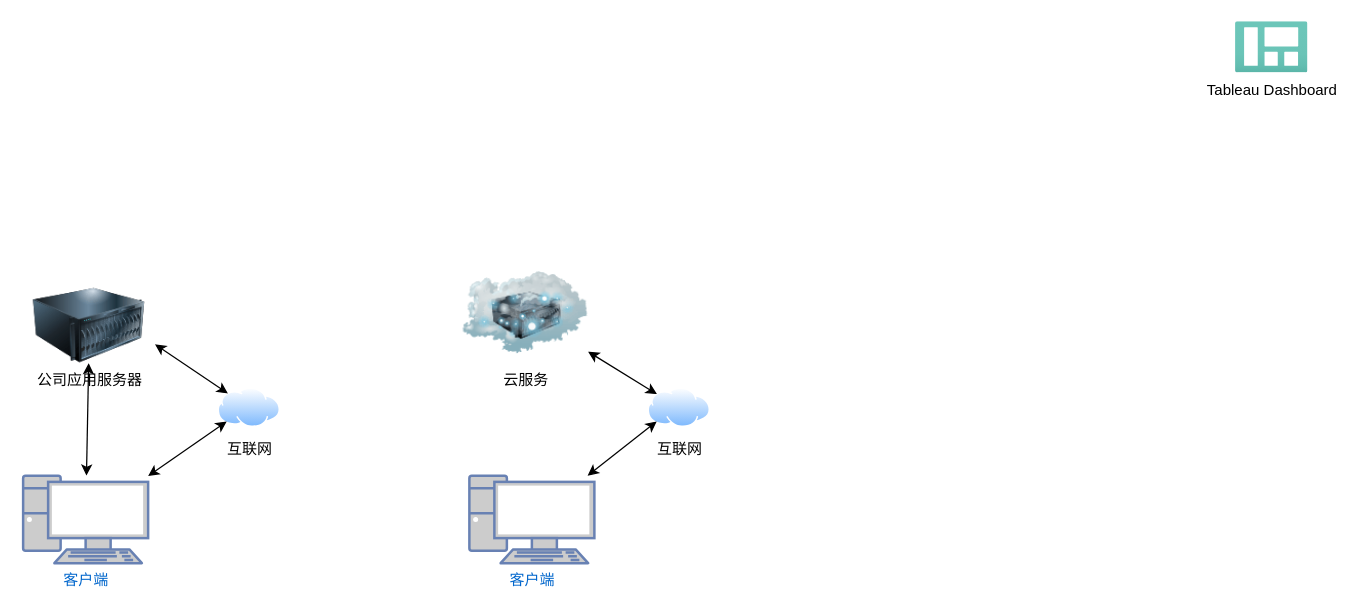
The draw.io diagram aws-training.drawio in lsj188/myPlugin, before the edit. Source tidied: cells renumbered, new cells numbered last; positions are measured from the earlier drawing's top-left corner, leaving out a move shared by most shapes. Both pictures are drawn from the tidied source at 125%, with x=0, y=0 at pixel (22, 21).
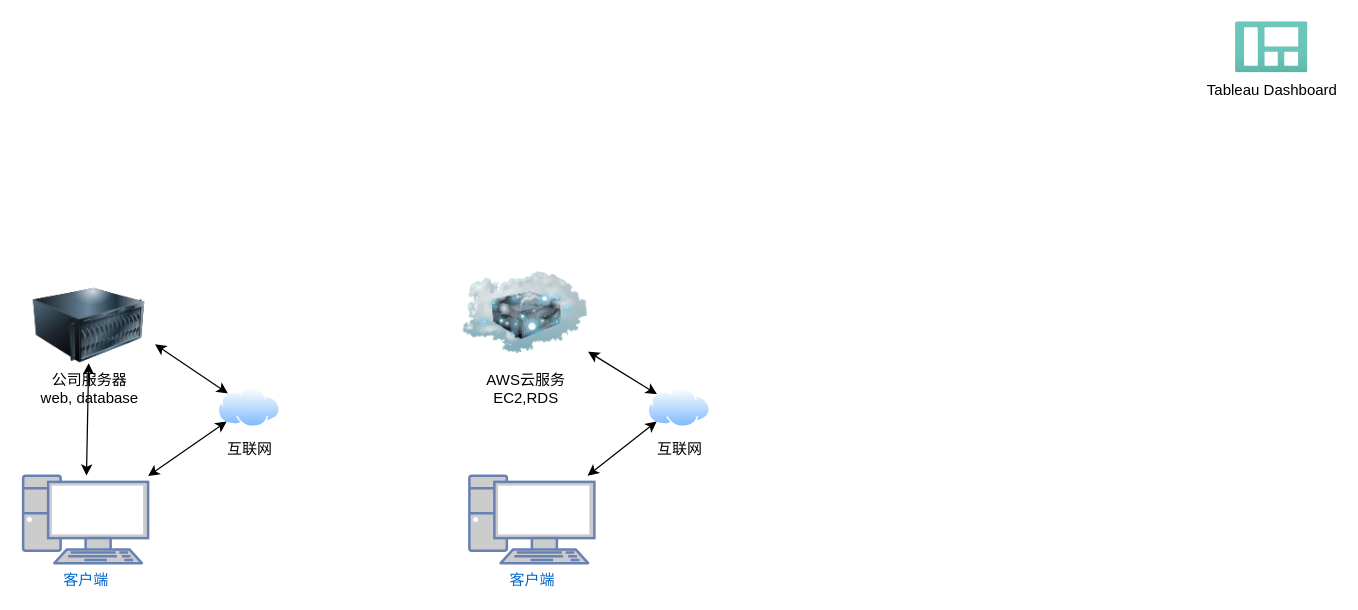
The same diagram, later.

Diff of the diagram source:
```diff
@@
 <mxGraphModel>
   <root>
     <mxCell id="0" />
     <mxCell id="1" parent="0" />
     <mxCell id="2" value="Tableau Dashboard" style="html=1;align=center;image;fontSize=12;image=img/lib/azure2/general/Dashboard.svg;" parent="1" vertex="1">
       <mxGeometry x="970" width="58" height="40.9" as="geometry" />
     </mxCell>
-    <mxCell id="3" value="云服务" style="image;html=1;image=img/lib/clip_art/networking/Cloud_Server_128x128.png;" parent="1" vertex="1">
+    <mxCell id="3" value="AWS云服务&lt;br&gt;EC2,RDS" style="image;html=1;image=img/lib/clip_art/networking/Cloud_Server_128x128.png;" parent="1" vertex="1">
       <mxGeometry x="352" y="193" width="100" height="80" as="geometry" />
     </mxCell>
     <mxCell id="4" value="互联网" style="perimeter=ellipsePerimeter;html=1;align=center;shadow=0;dashed=0;spacingTop=3;image;image=img/lib/active_directory/internet_cloud.svg;" parent="1" vertex="1">
       <mxGeometry x="156" y="293" width="50" height="31.5" as="geometry" />
     </mxCell>
-    <mxCell id="5" value="公司应用服务器" style="image;html=1;image=img/lib/clip_art/computers/Server_128x128.png;" parent="1" vertex="1">
+    <mxCell id="5" value="公司服务器&lt;br&gt;web, database" style="image;html=1;image=img/lib/clip_art/computers/Server_128x128.png;" parent="1" vertex="1">
       <mxGeometry x="0.5" y="213" width="105" height="60" as="geometry" />
     </mxCell>
     <mxCell id="6" value="客户端" style="fontColor=#0066CC;verticalAlign=top;verticalLabelPosition=bottom;labelPosition=center;align=center;html=1;outlineConnect=0;fillColor=#CCCCCC;strokeColor=#6881B3;gradientColor=none;gradientDirection=north;strokeWidth=2;shape=mxgraph.networks.pc;" parent="1" vertex="1">
       <mxGeometry y="363" width="100" height="70" as="geometry" />
     </mxCell>
     <mxCell id="7" style="endArrow=classic;startArrow=classic;html=1;rounded=0;" parent="1" edge="1" source="6" target="5">
       <mxGeometry relative="1" as="geometry" />
     </mxCell>
     <mxCell id="8" style="endArrow=classic;startArrow=classic;html=1;rounded=0;exitX=1;exitY=0.75;exitDx=0;exitDy=0;" parent="1" edge="1" source="5" target="4">
       <mxGeometry relative="1" as="geometry" />
     </mxCell>
     <mxCell id="9" style="endArrow=classic;startArrow=classic;html=1;rounded=0;entryX=0;entryY=1;entryDx=0;entryDy=0;" parent="1" edge="1" source="6" target="4">
       <mxGeometry relative="1" as="geometry" />
     </mxCell>
     <mxCell id="10" value="互联网" style="perimeter=ellipsePerimeter;html=1;align=center;shadow=0;dashed=0;spacingTop=3;image;image=img/lib/active_directory/internet_cloud.svg;" parent="1" vertex="1">
       <mxGeometry x="500" y="293" width="50" height="31.5" as="geometry" />
     </mxCell>
     <mxCell id="11" value="客户端" style="fontColor=#0066CC;verticalAlign=top;verticalLabelPosition=bottom;labelPosition=center;align=center;html=1;outlineConnect=0;fillColor=#CCCCCC;strokeColor=#6881B3;gradientColor=none;gradientDirection=north;strokeWidth=2;shape=mxgraph.networks.pc;" parent="1" vertex="1">
       <mxGeometry x="357" y="363" width="100" height="70" as="geometry" />
     </mxCell>
     <mxCell id="12" style="endArrow=classic;startArrow=classic;html=1;rounded=0;" parent="1" edge="1" source="3" target="10">
       <mxGeometry relative="1" as="geometry" />
     </mxCell>
     <mxCell id="13" style="endArrow=classic;startArrow=classic;html=1;rounded=0;exitX=0;exitY=1;exitDx=0;exitDy=0;" parent="1" edge="1" source="10" target="11">
       <mxGeometry relative="1" as="geometry" />
     </mxCell>
   </root>
 </mxGraphModel>
```
